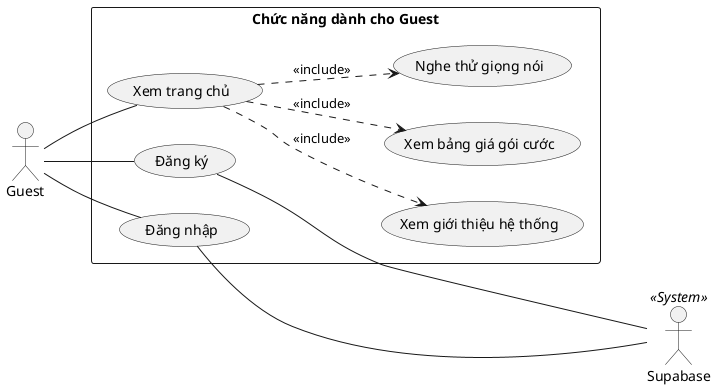
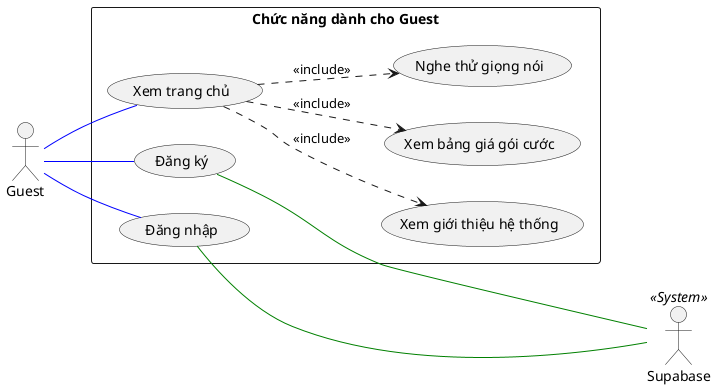
@startuml
left to right direction
skinparam packageStyle rectangle
skinparam shadowing false

actor "Guest" as Guest
actor "Supabase" as Supabase << System >>

rectangle "Chức năng dành cho Guest" {
  usecase "Xem trang chủ" as UC_Home
  usecase "Xem giới thiệu hệ thống" as UC_Intro
  usecase "Xem bảng giá gói cước" as UC_Pricing
  usecase "Nghe thử giọng nói" as UC_SampleVoice
  usecase "Đăng ký" as UC_Register
  usecase "Đăng nhập" as UC_Login

  UC_Home ..> UC_Intro : <<include>>
  UC_Home ..> UC_Pricing : <<include>>
  UC_Home ..> UC_SampleVoice : <<include>>
}

- Guest -- UC_Home
- Guest -- UC_Register
- Guest -- UC_Login
+ Guest -- UC_Home #blue
+ Guest -- UC_Register #blue
+ Guest -- UC_Login #blue

- UC_Register --- Supabase
- UC_Login --- Supabase
+ UC_Register --- Supabase #green
+ UC_Login --- Supabase #green
@enduml
